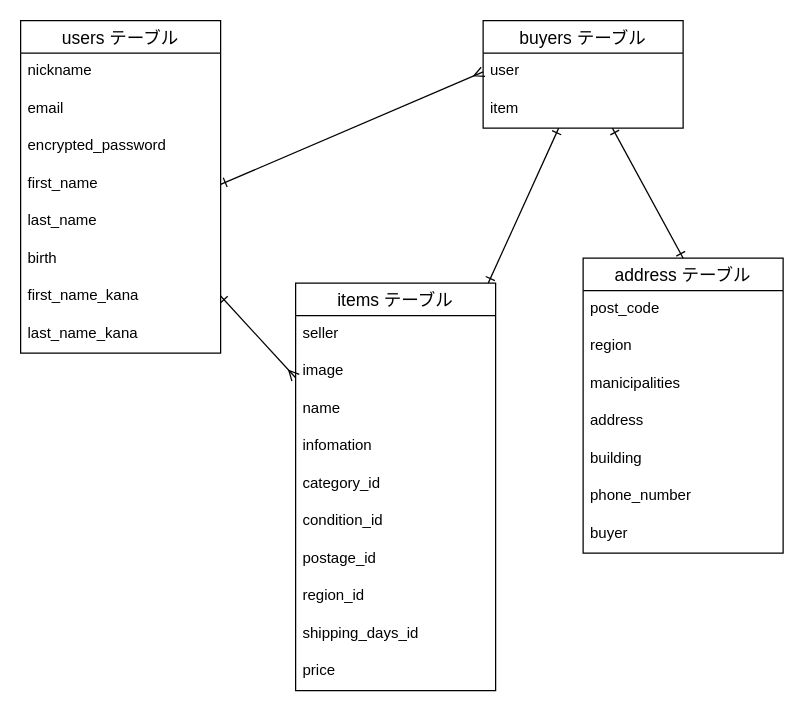
Before: er.dio in tiyodakoki/furima-38022, a draw.io diagram. Source tidied: cells renumbered, new cells numbered last; positions are measured from the earlier drawing's top-left corner, leaving out a move shared by most shapes. Both pictures are drawn from the tidied source at 125%, with x=0, y=0 at pixel (20, 20).
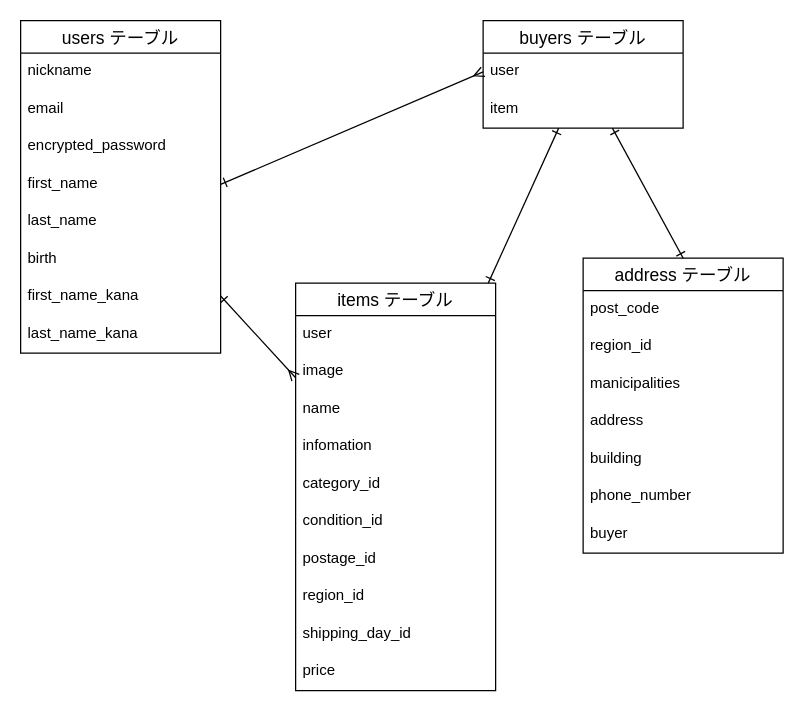
After the change.

The change refers to these unchanged cells:
```xml
<mxCell id="13" value="items テーブル" style="swimlane;fontStyle=0;horizontal=1;startSize=26;align=center;fontSize=14;" parent="1" vertex="1">
  <mxGeometry x="220" y="210" width="160" height="326" as="geometry" />
</mxCell>
<mxCell id="24" value="address テーブル" style="swimlane;fontStyle=0;horizontal=1;startSize=26;align=center;fontSize=14;" parent="1" vertex="1">
  <mxGeometry x="450" y="190" width="160" height="236" as="geometry" />
</mxCell>
```

Diff of the diagram source:
```diff
@@
-    <mxCell id="14" value="seller" style="text;strokeColor=none;fillColor=none;spacingLeft=4;spacingRight=4;overflow=hidden;fontSize=12;" parent="13" vertex="1">
+    <mxCell id="14" value="user" style="text;strokeColor=none;fillColor=none;spacingLeft=4;spacingRight=4;overflow=hidden;fontSize=12;" parent="13" vertex="1">
       <mxGeometry y="26" width="160" height="30" as="geometry" />
     </mxCell>
@@
-    <mxCell id="22" value="shipping_days_id" style="text;strokeColor=none;fillColor=none;spacingLeft=4;spacingRight=4;overflow=hidden;fontSize=12;" parent="13" vertex="1">
+    <mxCell id="22" value="shipping_day_id" style="text;strokeColor=none;fillColor=none;spacingLeft=4;spacingRight=4;overflow=hidden;fontSize=12;" parent="13" vertex="1">
       <mxGeometry y="266" width="160" height="30" as="geometry" />
     </mxCell>
@@
-    <mxCell id="26" value="region" style="text;strokeColor=none;fillColor=none;spacingLeft=4;spacingRight=4;overflow=hidden;fontSize=12;" parent="24" vertex="1">
+    <mxCell id="26" value="region_id" style="text;strokeColor=none;fillColor=none;spacingLeft=4;spacingRight=4;overflow=hidden;fontSize=12;" parent="24" vertex="1">
       <mxGeometry y="56" width="160" height="30" as="geometry" />
     </mxCell>
```
